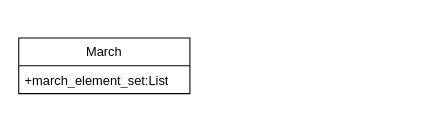
shanshan-lu/homwork keeps this draw.io diagram as doc/data.drawio. Above is the earlier version. Source tidied: cells renumbered, new cells numbered last; positions are measured from the earlier drawing's top-left corner, leaving out a move shared by most shapes. Both pictures are drawn from the tidied source at 107%, with x=0, y=0 at pixel (18, 37).
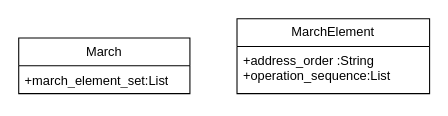
After the change.

Diff of the diagram source:
```diff
@@
 <mxGraphModel>
   <root>
     <mxCell id="0" />
     <mxCell id="1" parent="0" />
     <mxCell id="2" value="March" style="swimlane;fontStyle=0;horizontal=1;startSize=26;fillColor=none;whiteSpace=wrap;html=1;" parent="1" vertex="1">
       <mxGeometry width="160" height="52" as="geometry" />
     </mxCell>
     <mxCell id="3" value="+march_element_set:List" style="text;strokeColor=none;fillColor=none;align=left;verticalAlign=top;spacingLeft=4;spacingRight=4;overflow=hidden;whiteSpace=wrap;html=1;" parent="2" vertex="1">
       <mxGeometry y="26" width="160" height="26" as="geometry" />
     </mxCell>
+    <mxCell id="4" value="MarchElement" style="swimlane;fontStyle=0;horizontal=1;startSize=26;fillColor=none;whiteSpace=wrap;html=1;" parent="1" vertex="1">
+      <mxGeometry x="204" y="-18" width="180" height="70" as="geometry" />
+    </mxCell>
+    <mxCell id="5" value="+address_order :String&lt;br style=&quot;border-color: var(--border-color);&quot;&gt;+operation_sequence:List" style="text;strokeColor=none;fillColor=none;align=left;verticalAlign=top;spacingLeft=4;spacingRight=4;overflow=hidden;whiteSpace=wrap;html=1;" parent="4" vertex="1">
+      <mxGeometry y="26" width="180" height="44" as="geometry" />
+    </mxCell>
   </root>
 </mxGraphModel>
```
